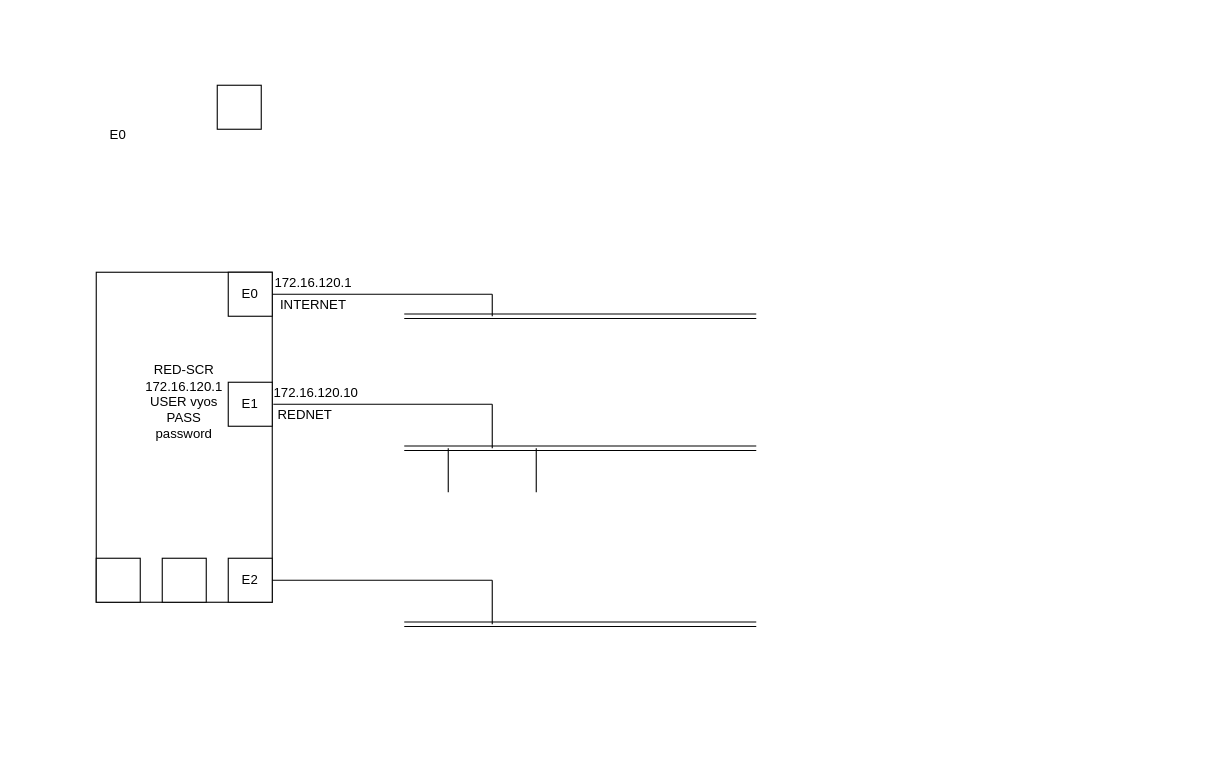
Earlier version of the draw.io diagram NETWORKMAP.drawio (BehindThou/Networking-Notes). Source tidied: cells renumbered, new cells numbered last; positions are measured from the earlier drawing's top-left corner, leaving out a move shared by most shapes. Both pictures are drawn from the tidied source at 110%, with x=0, y=0 at pixel (19, 85).
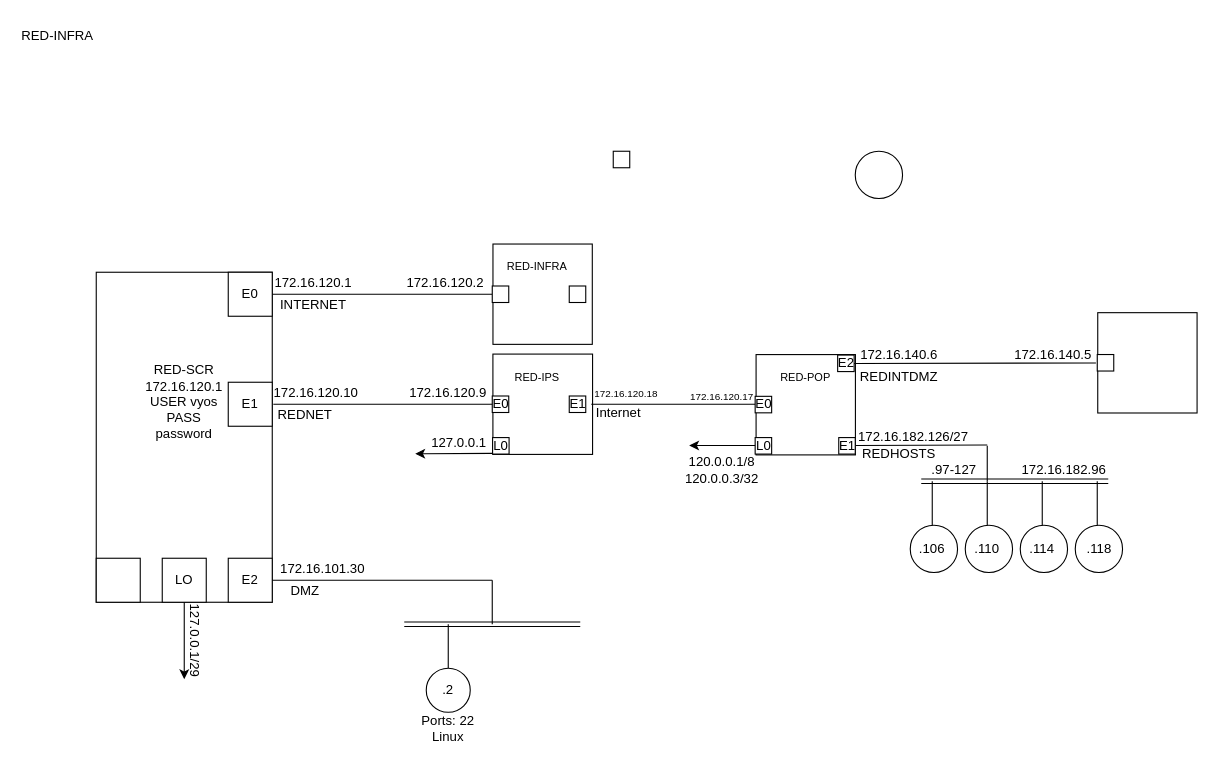
The same page after the edit.

The change refers to these unchanged cells:
```xml
<mxCell id="8" style="rounded=0;whiteSpace=wrap;html=1;rotation=90;" parent="1" vertex="1">
  <mxGeometry y="240" width="300" height="160" as="geometry" />
</mxCell>
<mxCell id="15" style="whiteSpace=wrap;html=1;" parent="1" vertex="1">
  <mxGeometry x="130" y="430" width="40" height="40" as="geometry" />
</mxCell>
```

Diff of the diagram source:
```diff
@@
-    <mxCell id="2" style="shape=link;html=1;rounded=0;" parent="1" edge="1">
-      <mxGeometry relative="1" as="geometry">
-        <mxPoint x="350" y="330" as="sourcePoint" />
-        <mxPoint x="670" y="330" as="targetPoint" />
-      </mxGeometry>
-    </mxCell>
-    <mxCell id="3" style="endArrow=none;html=1;rounded=0;" parent="1" edge="1">
-      <mxGeometry relative="1" as="geometry">
-        <mxPoint x="430" y="330" as="sourcePoint" />
-        <mxPoint x="430" y="290" as="targetPoint" />
-      </mxGeometry>
-    </mxCell>
-    <mxCell id="4" style="endArrow=none;html=1;rounded=0;" parent="1" edge="1">
-      <mxGeometry relative="1" as="geometry">
-        <mxPoint x="390" y="370" as="sourcePoint" />
-        <mxPoint x="390" y="330" as="targetPoint" />
-      </mxGeometry>
-    </mxCell>
-    <mxCell id="5" style="endArrow=none;html=1;rounded=0;" parent="1" edge="1">
-      <mxGeometry relative="1" as="geometry">
-        <mxPoint x="470" y="370" as="sourcePoint" />
-        <mxPoint x="470" y="330" as="targetPoint" />
-      </mxGeometry>
-    </mxCell>
-    <mxCell id="6" style="whiteSpace=wrap;html=1;" parent="1" vertex="1">
-      <mxGeometry x="180" width="40" height="40" as="geometry" />
-    </mxCell>
-    <mxCell id="7" value="E0" style="text;html=1;align=center;verticalAlign=middle;whiteSpace=wrap;rounded=0;" parent="1" vertex="1">
-      <mxGeometry x="60" y="30" width="60" height="30" as="geometry" />
-    </mxCell>
@@
-    <mxCell id="9" style="endArrow=none;html=1;rounded=0;exitX=0.4;exitY=-0.006;exitDx=0;exitDy=0;exitPerimeter=0;" parent="1" edge="1" source="8">
-      <mxGeometry relative="1" as="geometry">
-        <mxPoint x="430" y="290" as="targetPoint" />
-      </mxGeometry>
-    </mxCell>
@@
     <mxCell id="20" style="shape=link;html=1;rounded=0;" parent="1" edge="1">
       <mxGeometry relative="1" as="geometry">
         <mxPoint x="350" y="490" as="sourcePoint" />
-        <mxPoint x="670" y="490" as="targetPoint" />
+        <mxPoint x="510" y="490" as="targetPoint" />
       </mxGeometry>
     </mxCell>
@@
-    <mxCell id="22" style="endArrow=none;html=1;rounded=0;" parent="1" edge="1">
-      <mxGeometry relative="1" as="geometry">
-        <mxPoint x="430" y="210" as="sourcePoint" />
-        <mxPoint x="430" y="190" as="targetPoint" />
-      </mxGeometry>
-    </mxCell>
-    <mxCell id="23" style="shape=link;html=1;rounded=0;" parent="1" edge="1">
-      <mxGeometry relative="1" as="geometry">
-        <mxPoint x="350" y="210" as="sourcePoint" />
-        <mxPoint x="670" y="210" as="targetPoint" />
-      </mxGeometry>
-    </mxCell>
@@
+    <mxCell id="28" value="172.16.101.30" style="text;html=1;align=center;verticalAlign=middle;whiteSpace=wrap;rounded=0;" parent="1" vertex="1">
+      <mxGeometry x="252" y="430" width="48" height="20" as="geometry" />
+    </mxCell>
+    <mxCell id="29" value="DMZ" style="text;html=1;align=center;verticalAlign=middle;whiteSpace=wrap;rounded=0;" parent="1" vertex="1">
+      <mxGeometry x="236" y="450" width="48" height="20" as="geometry" />
+    </mxCell>
+    <mxCell id="30" value="LO" style="text;html=1;align=center;verticalAlign=middle;whiteSpace=wrap;rounded=0;" parent="1" vertex="1">
+      <mxGeometry x="120" y="435" width="60" height="30" as="geometry" />
+    </mxCell>
+    <mxCell id="31" style="endArrow=classic;html=1;rounded=0;exitX=0.5;exitY=1;exitDx=0;exitDy=0;" parent="1" edge="1" source="15">
+      <mxGeometry relative="1" as="geometry">
+        <mxPoint x="150" y="540" as="targetPoint" />
+      </mxGeometry>
+    </mxCell>
+    <mxCell id="32" value="127.0.0.1/29" style="text;html=1;align=center;verticalAlign=middle;whiteSpace=wrap;rounded=0;rotation=90;" parent="1" vertex="1">
+      <mxGeometry x="130" y="490" width="60" height="30" as="geometry" />
+    </mxCell>
+    <mxCell id="33" style="endArrow=none;html=1;rounded=0;" parent="1" edge="1">
+      <mxGeometry relative="1" as="geometry">
+        <mxPoint x="390" y="530" as="sourcePoint" />
+        <mxPoint x="390" y="490" as="targetPoint" />
+      </mxGeometry>
+    </mxCell>
+    <mxCell id="34" style="ellipse;whiteSpace=wrap;html=1;" parent="1" vertex="1">
+      <mxGeometry x="370" y="530" width="40" height="40" as="geometry" />
+    </mxCell>
+    <mxCell id="35" value=".2" style="text;html=1;align=center;verticalAlign=middle;whiteSpace=wrap;rounded=0;" parent="1" vertex="1">
+      <mxGeometry x="360" y="535" width="60" height="30" as="geometry" />
+    </mxCell>
+    <mxCell id="36" value="Ports: 22&lt;div&gt;Linux&lt;/div&gt;" style="text;html=1;align=center;verticalAlign=middle;whiteSpace=wrap;rounded=0;" parent="1" vertex="1">
+      <mxGeometry x="360" y="570" width="60" height="30" as="geometry" />
+    </mxCell>
+    <mxCell id="37" style="rounded=0;whiteSpace=wrap;html=1;rotation=90;" parent="1" vertex="1">
+      <mxGeometry x="430.2" y="144.8" width="91.2" height="90.3" as="geometry" />
+    </mxCell>
+    <mxCell id="38" value="RED-INFRA" style="text;html=1;align=center;verticalAlign=middle;whiteSpace=wrap;rounded=0;" parent="1" vertex="1">
+      <mxGeometry y="-60" width="70" height="30" as="geometry" />
+    </mxCell>
+    <mxCell id="39" style="rounded=0;whiteSpace=wrap;html=1;rotation=90;" parent="1" vertex="1">
+      <mxGeometry x="430.3" y="244.7" width="91.2" height="90.6" as="geometry" />
+    </mxCell>
+    <mxCell id="40" value="&lt;font style=&quot;font-size: 10px;&quot;&gt;RED-INFRA&lt;/font&gt;" style="text;html=1;align=center;verticalAlign=middle;whiteSpace=wrap;rounded=0;" parent="1" vertex="1">
+      <mxGeometry x="441.3" y="149.4" width="60" height="30" as="geometry" />
+    </mxCell>
+    <mxCell id="41" value="172.16.120.2" style="text;html=1;align=center;verticalAlign=middle;whiteSpace=wrap;rounded=0;" parent="1" vertex="1">
+      <mxGeometry x="360" y="170" width="55" height="20" as="geometry" />
+    </mxCell>
+    <mxCell id="42" value="&lt;font style=&quot;font-size: 10px;&quot;&gt;RED-IPS&lt;/font&gt;" style="text;html=1;align=center;verticalAlign=middle;whiteSpace=wrap;rounded=0;" parent="1" vertex="1">
+      <mxGeometry x="441.3" y="250" width="60" height="30" as="geometry" />
+    </mxCell>
+    <mxCell id="43" value="172.16.120.9" style="text;html=1;align=center;verticalAlign=middle;whiteSpace=wrap;rounded=0;" parent="1" vertex="1">
+      <mxGeometry x="360" y="270" width="60" height="20" as="geometry" />
+    </mxCell>
+    <mxCell id="44" style="whiteSpace=wrap;html=1;" parent="1" vertex="1">
+      <mxGeometry x="430" y="182.5" width="15" height="15" as="geometry" />
+    </mxCell>
+    <mxCell id="45" style="whiteSpace=wrap;html=1;" parent="1" vertex="1">
+      <mxGeometry x="500" y="182.5" width="15" height="15" as="geometry" />
+    </mxCell>
+    <mxCell id="46" style="whiteSpace=wrap;html=1;" parent="1" vertex="1">
+      <mxGeometry x="500" y="282.5" width="15" height="15" as="geometry" />
+    </mxCell>
+    <mxCell id="47" style="whiteSpace=wrap;html=1;" parent="1" vertex="1">
+      <mxGeometry x="430" y="282.5" width="15" height="15" as="geometry" />
+    </mxCell>
+    <mxCell id="48" style="endArrow=none;html=1;rounded=0;" parent="1" edge="1">
+      <mxGeometry relative="1" as="geometry">
+        <mxPoint x="520" y="290" as="sourcePoint" />
+        <mxPoint x="670" y="290" as="targetPoint" />
+      </mxGeometry>
+    </mxCell>
+    <mxCell id="49" value="Internet" style="text;html=1;align=center;verticalAlign=middle;whiteSpace=wrap;rounded=0;" parent="1" vertex="1">
+      <mxGeometry x="515" y="282.8" width="60" height="30" as="geometry" />
+    </mxCell>
+    <mxCell id="50" value="&lt;font style=&quot;font-size: 9px;&quot;&gt;172.16.120.18&lt;/font&gt;" style="text;html=1;align=center;verticalAlign=middle;whiteSpace=wrap;rounded=0;" parent="1" vertex="1">
+      <mxGeometry x="521.6" y="265" width="60" height="30" as="geometry" />
+    </mxCell>
+    <mxCell id="51" style="whiteSpace=wrap;html=1;" parent="1" vertex="1">
+      <mxGeometry x="430.3" y="320.3" width="15" height="15" as="geometry" />
+    </mxCell>
+    <mxCell id="52" value="E1" style="text;html=1;align=center;verticalAlign=middle;whiteSpace=wrap;rounded=0;" parent="1" vertex="1">
+      <mxGeometry x="477.5" y="275" width="60" height="30" as="geometry" />
+    </mxCell>
+    <mxCell id="53" style="endArrow=none;html=1;rounded=0;exitX=0.4;exitY=-0.006;exitDx=0;exitDy=0;exitPerimeter=0;" parent="1" edge="1" source="8">
+      <mxGeometry relative="1" as="geometry">
+        <mxPoint x="430" y="290" as="targetPoint" />
+      </mxGeometry>
+    </mxCell>
+    <mxCell id="54" value="L0" style="text;html=1;align=center;verticalAlign=middle;whiteSpace=wrap;rounded=0;" parent="1" vertex="1">
+      <mxGeometry x="407.5" y="312.8" width="60" height="30" as="geometry" />
+    </mxCell>
+    <mxCell id="55" style="endArrow=classic;html=1;rounded=0;" parent="1" edge="1">
+      <mxGeometry relative="1" as="geometry">
+        <mxPoint x="430" y="334.7" as="sourcePoint" />
+        <mxPoint x="360" y="335" as="targetPoint" />
+      </mxGeometry>
+    </mxCell>
+    <mxCell id="56" value="127.0.0.1" style="text;html=1;align=center;verticalAlign=middle;whiteSpace=wrap;rounded=0;" parent="1" vertex="1">
+      <mxGeometry x="370.3" y="310" width="60" height="30" as="geometry" />
+    </mxCell>
+    <mxCell id="57" value="E0" style="text;html=1;align=center;verticalAlign=middle;whiteSpace=wrap;rounded=0;" parent="1" vertex="1">
+      <mxGeometry x="407.5" y="275" width="60" height="30" as="geometry" />
+    </mxCell>
+    <mxCell id="58" style="rounded=0;whiteSpace=wrap;html=1;rotation=90;" parent="1" vertex="1">
+      <mxGeometry x="669.4" y="245.3" width="91.2" height="90.3" as="geometry" />
+    </mxCell>
+    <mxCell id="59" value="&lt;font style=&quot;font-size: 10px;&quot;&gt;RED-POP&lt;/font&gt;" style="text;html=1;align=center;verticalAlign=middle;whiteSpace=wrap;rounded=0;" parent="1" vertex="1">
+      <mxGeometry x="685" y="250" width="60" height="30" as="geometry" />
+    </mxCell>
+    <mxCell id="60" style="whiteSpace=wrap;html=1;" parent="1" vertex="1">
+      <mxGeometry x="540" y="60" width="15" height="15" as="geometry" />
+    </mxCell>
+    <mxCell id="61" style="whiteSpace=wrap;html=1;" parent="1" vertex="1">
+      <mxGeometry x="669" y="282.8" width="15" height="15" as="geometry" />
+    </mxCell>
+    <mxCell id="62" style="whiteSpace=wrap;html=1;" parent="1" vertex="1">
+      <mxGeometry x="745" y="320.3" width="15" height="15" as="geometry" />
+    </mxCell>
+    <mxCell id="63" value="&lt;font style=&quot;font-size: 9px;&quot;&gt;172.16.120.17&lt;/font&gt;" style="text;html=1;align=center;verticalAlign=middle;whiteSpace=wrap;rounded=0;" parent="1" vertex="1">
+      <mxGeometry x="609" y="267.8" width="60" height="30" as="geometry" />
+    </mxCell>
+    <mxCell id="64" value="E0" style="text;html=1;align=center;verticalAlign=middle;whiteSpace=wrap;rounded=0;" parent="1" vertex="1">
+      <mxGeometry x="646.5" y="275.3" width="60" height="30" as="geometry" />
+    </mxCell>
+    <mxCell id="65" value="E1" style="text;html=1;align=center;verticalAlign=middle;whiteSpace=wrap;rounded=0;" parent="1" vertex="1">
+      <mxGeometry x="722.5" y="312.8" width="60" height="30" as="geometry" />
+    </mxCell>
+    <mxCell id="66" style="whiteSpace=wrap;html=1;" parent="1" vertex="1">
+      <mxGeometry x="744" y="245.3" width="15" height="15" as="geometry" />
+    </mxCell>
+    <mxCell id="67" value="E2" style="text;html=1;align=center;verticalAlign=middle;whiteSpace=wrap;rounded=0;" parent="1" vertex="1">
+      <mxGeometry x="721.5" y="237.8" width="60" height="30" as="geometry" />
+    </mxCell>
+    <mxCell id="68" style="whiteSpace=wrap;html=1;" parent="1" vertex="1">
+      <mxGeometry x="669" y="320.3" width="15" height="15" as="geometry" />
+    </mxCell>
+    <mxCell id="69" value="L0" style="text;html=1;align=center;verticalAlign=middle;whiteSpace=wrap;rounded=0;" parent="1" vertex="1">
+      <mxGeometry x="646.5" y="312.8" width="60" height="30" as="geometry" />
+    </mxCell>
+    <mxCell id="70" style="endArrow=classic;html=1;rounded=0;" parent="1" edge="1">
+      <mxGeometry relative="1" as="geometry">
+        <mxPoint x="669" y="327.5" as="sourcePoint" />
+        <mxPoint x="609" y="327.5" as="targetPoint" />
+      </mxGeometry>
+    </mxCell>
+    <mxCell id="71" value="120.0.0.1/8&lt;div&gt;120.0.0.3/32&lt;/div&gt;" style="text;html=1;align=center;verticalAlign=middle;whiteSpace=wrap;rounded=0;" parent="1" vertex="1">
+      <mxGeometry x="609" y="335.3" width="60" height="30" as="geometry" />
+    </mxCell>
+    <mxCell id="72" style="endArrow=none;html=1;rounded=0;" parent="1" edge="1">
+      <mxGeometry relative="1" as="geometry">
+        <mxPoint x="759" y="252.9" as="sourcePoint" />
+        <mxPoint x="978.8" y="252.5" as="targetPoint" />
+      </mxGeometry>
+    </mxCell>
+    <mxCell id="73" style="rounded=0;whiteSpace=wrap;html=1;rotation=90;" parent="1" vertex="1">
+      <mxGeometry x="980" y="207.2" width="91.2" height="90.3" as="geometry" />
+    </mxCell>
+    <mxCell id="74" style="endArrow=none;html=1;rounded=0;" parent="1" edge="1">
+      <mxGeometry relative="1" as="geometry">
+        <mxPoint x="760.6" y="327.5" as="sourcePoint" />
+        <mxPoint x="880" y="327" as="targetPoint" />
+      </mxGeometry>
+    </mxCell>
+    <mxCell id="75" value="REDINTDMZ" style="text;html=1;align=center;verticalAlign=middle;whiteSpace=wrap;rounded=0;" parent="1" vertex="1">
+      <mxGeometry x="770" y="250" width="60" height="30" as="geometry" />
+    </mxCell>
+    <mxCell id="76" value="172.16.140.6" style="text;html=1;align=center;verticalAlign=middle;whiteSpace=wrap;rounded=0;" parent="1" vertex="1">
+      <mxGeometry x="770" y="230.3" width="60" height="30" as="geometry" />
+    </mxCell>
+    <mxCell id="77" value="172.16.140.5" style="text;html=1;align=center;verticalAlign=middle;whiteSpace=wrap;rounded=0;" parent="1" vertex="1">
+      <mxGeometry x="910" y="230.3" width="60" height="30" as="geometry" />
+    </mxCell>
+    <mxCell id="78" style="whiteSpace=wrap;html=1;" parent="1" vertex="1">
+      <mxGeometry x="980" y="244.8" width="15" height="15" as="geometry" />
+    </mxCell>
+    <mxCell id="79" style="endArrow=none;html=1;rounded=0;" parent="1" edge="1">
+      <mxGeometry relative="1" as="geometry">
+        <mxPoint x="880" y="360" as="sourcePoint" />
+        <mxPoint x="880" y="327.7" as="targetPoint" />
+      </mxGeometry>
+    </mxCell>
+    <mxCell id="80" style="shape=link;html=1;rounded=0;" parent="1" edge="1">
+      <mxGeometry relative="1" as="geometry">
+        <mxPoint x="820" y="360" as="sourcePoint" />
+        <mxPoint x="990" y="360" as="targetPoint" />
+      </mxGeometry>
+    </mxCell>
+    <mxCell id="81" value="REDHOSTS" style="text;html=1;align=center;verticalAlign=middle;whiteSpace=wrap;rounded=0;" parent="1" vertex="1">
+      <mxGeometry x="770" y="320.3" width="60" height="30" as="geometry" />
+    </mxCell>
+    <mxCell id="82" value="172.16.182.126/27" style="text;html=1;align=center;verticalAlign=middle;whiteSpace=wrap;rounded=0;" parent="1" vertex="1">
+      <mxGeometry x="782.5" y="305" width="60" height="30" as="geometry" />
+    </mxCell>
+    <mxCell id="83" value=".97-127" style="text;html=1;align=center;verticalAlign=middle;whiteSpace=wrap;rounded=0;" parent="1" vertex="1">
+      <mxGeometry x="820" y="335" width="60" height="30" as="geometry" />
+    </mxCell>
+    <mxCell id="84" value="172.16.182.96" style="text;html=1;align=center;verticalAlign=middle;whiteSpace=wrap;rounded=0;" parent="1" vertex="1">
+      <mxGeometry x="920" y="335" width="60" height="30" as="geometry" />
+    </mxCell>
+    <mxCell id="85" style="endArrow=none;html=1;rounded=0;" parent="1" edge="1">
+      <mxGeometry relative="1" as="geometry">
+        <mxPoint x="830" y="400" as="sourcePoint" />
+        <mxPoint x="830" y="360" as="targetPoint" />
+      </mxGeometry>
+    </mxCell>
+    <mxCell id="86" style="endArrow=none;html=1;rounded=0;" parent="1" edge="1">
+      <mxGeometry relative="1" as="geometry">
+        <mxPoint x="880" y="400" as="sourcePoint" />
+        <mxPoint x="880" y="360" as="targetPoint" />
+      </mxGeometry>
+    </mxCell>
+    <mxCell id="87" style="endArrow=none;html=1;rounded=0;" parent="1" edge="1">
+      <mxGeometry relative="1" as="geometry">
+        <mxPoint x="930" y="400" as="sourcePoint" />
+        <mxPoint x="930" y="360" as="targetPoint" />
+      </mxGeometry>
+    </mxCell>
+    <mxCell id="88" style="endArrow=none;html=1;rounded=0;" parent="1" edge="1">
+      <mxGeometry relative="1" as="geometry">
+        <mxPoint x="980" y="400" as="sourcePoint" />
+        <mxPoint x="980" y="360" as="targetPoint" />
+      </mxGeometry>
+    </mxCell>
+    <mxCell id="89" style="ellipse;whiteSpace=wrap;html=1;" parent="1" vertex="1">
+      <mxGeometry x="760" y="60" width="43" height="43" as="geometry" />
+    </mxCell>
+    <mxCell id="90" style="ellipse;whiteSpace=wrap;html=1;" parent="1" vertex="1">
+      <mxGeometry x="810" y="400" width="43" height="43" as="geometry" />
+    </mxCell>
+    <mxCell id="91" style="ellipse;whiteSpace=wrap;html=1;" parent="1" vertex="1">
+      <mxGeometry x="860" y="400" width="43" height="43" as="geometry" />
+    </mxCell>
+    <mxCell id="92" style="ellipse;whiteSpace=wrap;html=1;" parent="1" vertex="1">
+      <mxGeometry x="910" y="400" width="43" height="43" as="geometry" />
+    </mxCell>
+    <mxCell id="93" style="ellipse;whiteSpace=wrap;html=1;" parent="1" vertex="1">
+      <mxGeometry x="960" y="400" width="43" height="43" as="geometry" />
+    </mxCell>
+    <mxCell id="94" value=".106" style="text;html=1;align=center;verticalAlign=middle;whiteSpace=wrap;rounded=0;" parent="1" vertex="1">
+      <mxGeometry x="800" y="406.5" width="60" height="30" as="geometry" />
+    </mxCell>
+    <mxCell id="95" value=".110" style="text;html=1;align=center;verticalAlign=middle;whiteSpace=wrap;rounded=0;" parent="1" vertex="1">
+      <mxGeometry x="850" y="406.5" width="60" height="30" as="geometry" />
+    </mxCell>
+    <mxCell id="96" value=".114" style="text;html=1;align=center;verticalAlign=middle;whiteSpace=wrap;rounded=0;" parent="1" vertex="1">
+      <mxGeometry x="900" y="406.5" width="60" height="30" as="geometry" />
+    </mxCell>
+    <mxCell id="97" value=".118" style="text;html=1;align=center;verticalAlign=middle;whiteSpace=wrap;rounded=0;" parent="1" vertex="1">
+      <mxGeometry x="951.5" y="406.5" width="60" height="30" as="geometry" />
+    </mxCell>
```
